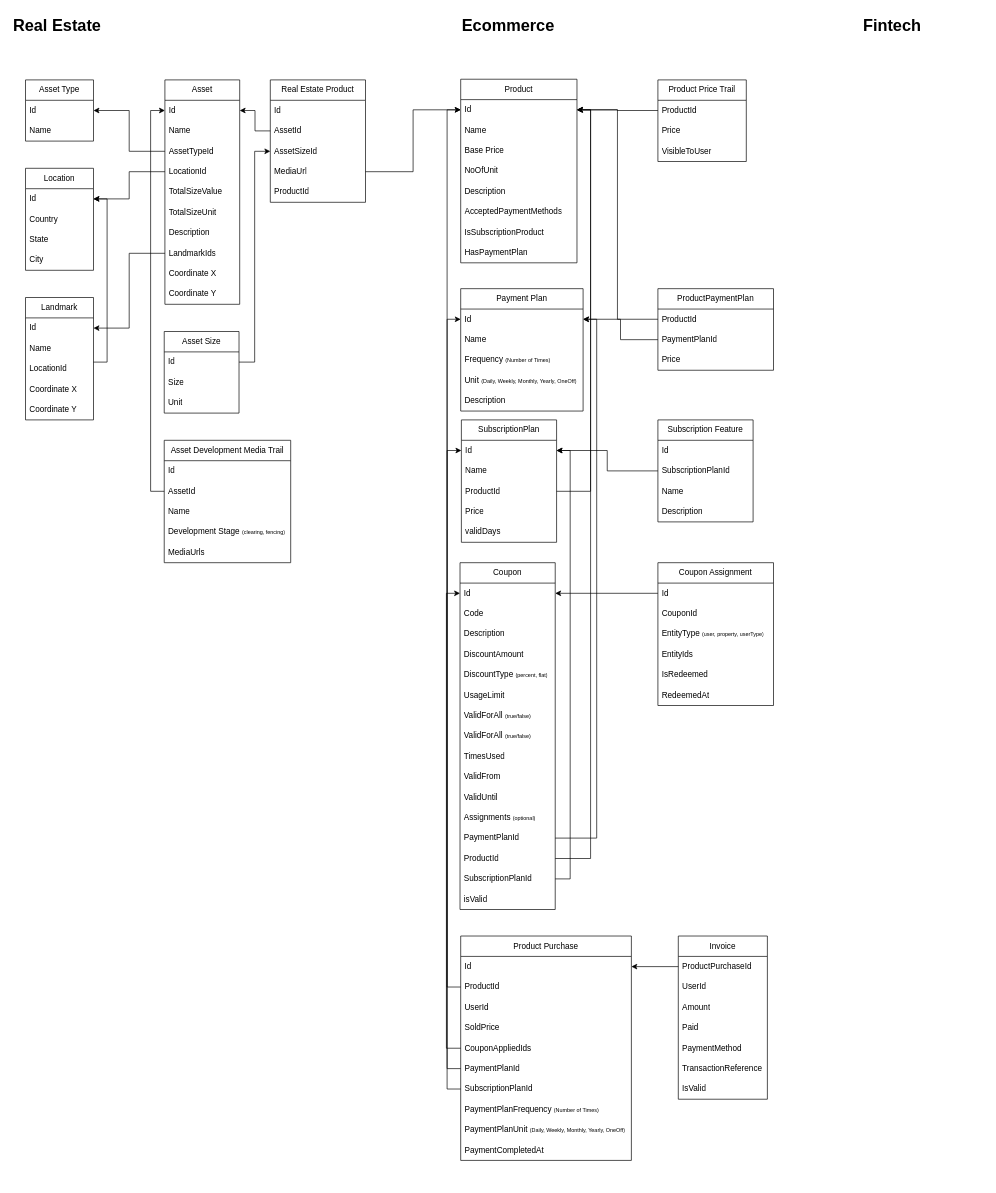
This is sellperty.drawio from isaac-code/diagrams, a draw.io file, before an edit. Source tidied: cells renumbered, new cells numbered last; positions are measured from the earlier drawing's top-left corner, leaving out a move shared by most shapes. Both pictures are drawn from the tidied source at 68%, with x=0, y=0 at pixel (12, 12).
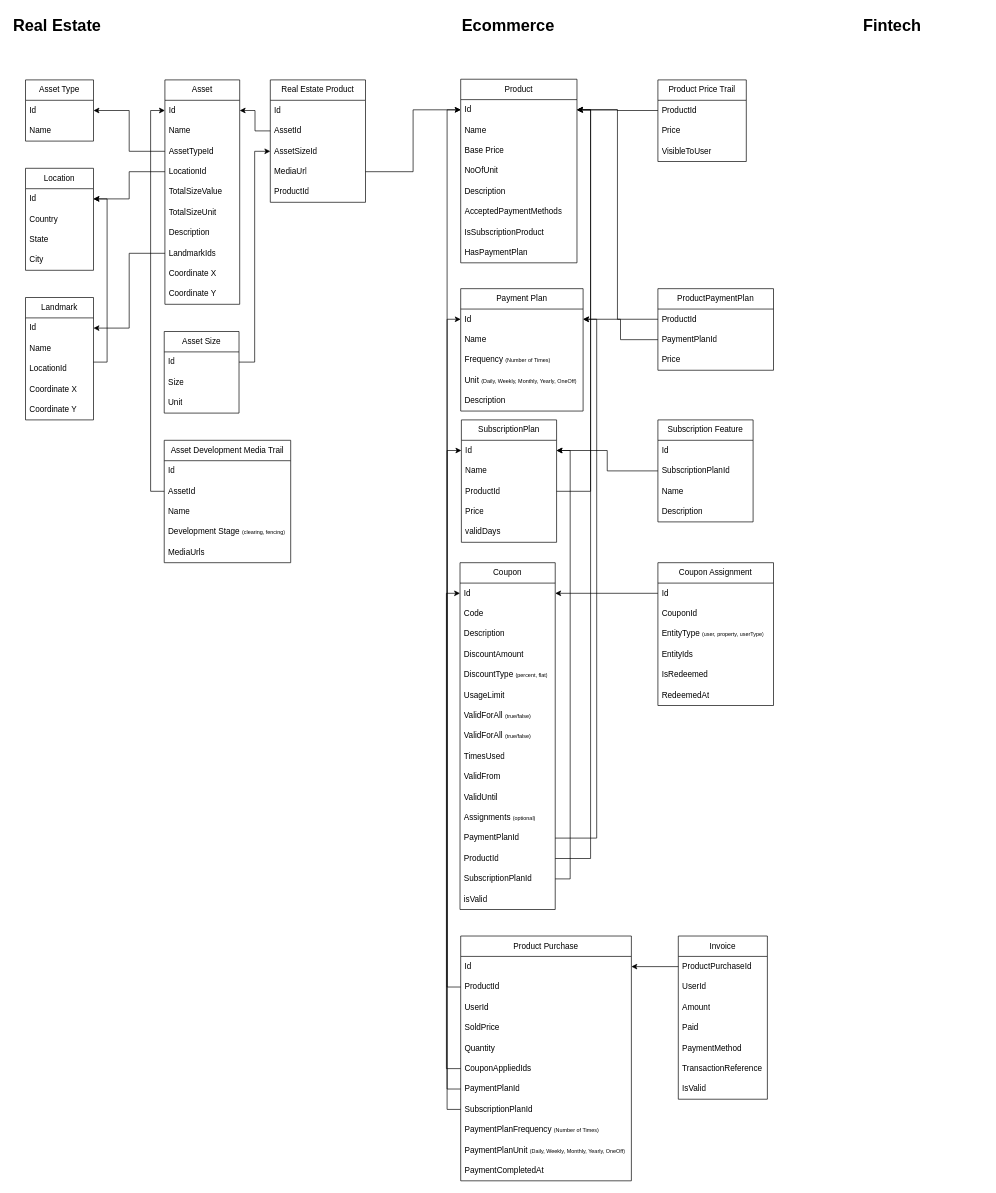
Above is the later version.

What changed in the source:
```diff
@@
     <mxCell id="54" value="Product Purchase" style="swimlane;fontStyle=0;horizontal=1;startSize=30;whiteSpace=wrap;html=1;" parent="1" vertex="1">
-      <mxGeometry x="660" y="1359" width="251" height="330" as="geometry" />
+      <mxGeometry x="660" y="1359" width="251" height="360" as="geometry" />
     </mxCell>
@@
+    <mxCell id="145" value="Quantity" style="text;strokeColor=none;fillColor=none;align=left;verticalAlign=middle;spacingLeft=4;spacingRight=4;overflow=hidden;whiteSpace=wrap;html=1;" parent="54" vertex="1">
+      <mxGeometry y="150" width="251" height="30" as="geometry" />
+    </mxCell>
     <mxCell id="59" value="CouponAppliedIds" style="text;strokeColor=none;fillColor=none;align=left;verticalAlign=middle;spacingLeft=4;spacingRight=4;overflow=hidden;points=[[0,0.5],[1,0.5]];portConstraint=eastwest;whiteSpace=wrap;html=1;" parent="54" vertex="1">
-      <mxGeometry y="150" width="251" height="30" as="geometry" />
+      <mxGeometry y="180" width="251" height="30" as="geometry" />
     </mxCell>
     <mxCell id="60" value="PaymentPlanId" style="text;strokeColor=none;fillColor=none;align=left;verticalAlign=middle;spacingLeft=4;spacingRight=4;overflow=hidden;points=[[0,0.5],[1,0.5]];portConstraint=eastwest;whiteSpace=wrap;html=1;" parent="54" vertex="1">
-      <mxGeometry y="180" width="251" height="30" as="geometry" />
+      <mxGeometry y="210" width="251" height="30" as="geometry" />
     </mxCell>
     <mxCell id="61" value="SubscriptionPlanId" style="text;strokeColor=none;fillColor=none;align=left;verticalAlign=middle;spacingLeft=4;spacingRight=4;overflow=hidden;points=[[0,0.5],[1,0.5]];portConstraint=eastwest;whiteSpace=wrap;html=1;" parent="54" vertex="1">
-      <mxGeometry y="210" width="251" height="30" as="geometry" />
+      <mxGeometry y="240" width="251" height="30" as="geometry" />
     </mxCell>
     <mxCell id="62" value="PaymentPlanFrequency&amp;nbsp;&lt;font style=&quot;font-size: 8px;&quot;&gt;(Number of Times)&lt;/font&gt;" style="text;strokeColor=none;fillColor=none;align=left;verticalAlign=middle;spacingLeft=4;spacingRight=4;overflow=hidden;whiteSpace=wrap;html=1;" parent="54" vertex="1">
-      <mxGeometry y="240" width="251" height="30" as="geometry" />
+      <mxGeometry y="270" width="251" height="30" as="geometry" />
     </mxCell>
     <mxCell id="63" value="PaymentPlanUnit&amp;nbsp;&lt;font style=&quot;font-size: 8px;&quot;&gt;(Daily,&amp;nbsp;Weekly, Monthly, Yearly, OneOff)&lt;/font&gt;" style="text;strokeColor=none;fillColor=none;align=left;verticalAlign=middle;spacingLeft=4;spacingRight=4;overflow=hidden;whiteSpace=wrap;html=1;" parent="54" vertex="1">
-      <mxGeometry y="270" width="251" height="30" as="geometry" />
+      <mxGeometry y="300" width="251" height="30" as="geometry" />
     </mxCell>
     <mxCell id="64" value="PaymentCompletedAt" style="text;strokeColor=none;fillColor=none;align=left;verticalAlign=middle;spacingLeft=4;spacingRight=4;overflow=hidden;whiteSpace=wrap;html=1;" parent="54" vertex="1">
-      <mxGeometry y="300" width="251" height="30" as="geometry" />
+      <mxGeometry y="330" width="251" height="30" as="geometry" />
     </mxCell>
```
